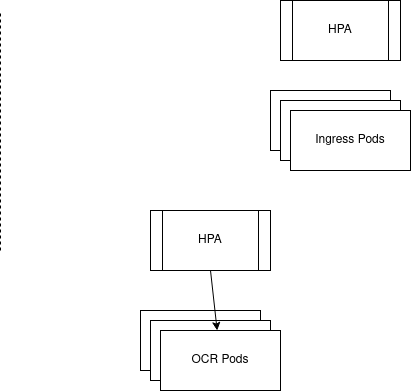
Earlier version of the draw.io export architecture.png (dun933/lightly-ocr). Source tidied: cells renumbered, new cells last; positions are measured from the earlier drawing's top-left corner, leaving out a move shared by most shapes. Source of this version:
```xml
<mxGraphModel>
  <root>
    <mxCell id="0" />
    <mxCell id="1" parent="0" />
    <mxCell id="2" style="endArrow=none;dashed=1;html=1;" parent="1" edge="1">
      <mxGeometry relative="1" as="geometry">
        <mxPoint y="250" as="sourcePoint" />
        <mxPoint y="10" as="targetPoint" />
      </mxGeometry>
    </mxCell>
    <mxCell id="3" style="group;" parent="1" vertex="1">
      <mxGeometry x="270" y="90" width="140" height="80" as="geometry" />
    </mxCell>
    <mxCell id="4" style="group;" parent="3" vertex="1">
      <mxGeometry width="120" height="60" as="geometry" />
    </mxCell>
    <mxCell id="5" style="rounded=0;whiteSpace=wrap;html=1;" parent="4" vertex="1">
      <mxGeometry width="120" height="60" as="geometry" />
    </mxCell>
    <mxCell id="6" value="Ingress Pods" style="text;html=1;strokeColor=none;fillColor=none;align=center;verticalAlign=middle;whiteSpace=wrap;rounded=0;" parent="4" vertex="1">
      <mxGeometry x="20" y="20" width="80" height="20" as="geometry" />
    </mxCell>
    <mxCell id="7" style="group;" parent="3" vertex="1">
      <mxGeometry x="10" y="10" width="120" height="60" as="geometry" />
    </mxCell>
    <mxCell id="8" style="rounded=0;whiteSpace=wrap;html=1;" parent="7" vertex="1">
      <mxGeometry width="120" height="60" as="geometry" />
    </mxCell>
    <mxCell id="9" value="Ingress Pods" style="text;html=1;strokeColor=none;fillColor=none;align=center;verticalAlign=middle;whiteSpace=wrap;rounded=0;" parent="7" vertex="1">
      <mxGeometry x="20" y="20" width="80" height="20" as="geometry" />
    </mxCell>
    <mxCell id="10" style="group;" parent="3" vertex="1">
      <mxGeometry x="20" y="20" width="120" height="60" as="geometry" />
    </mxCell>
    <mxCell id="11" style="rounded=0;whiteSpace=wrap;html=1;" parent="10" vertex="1">
      <mxGeometry width="120" height="60" as="geometry" />
    </mxCell>
    <mxCell id="12" value="Ingress Pods" style="text;html=1;strokeColor=none;fillColor=none;align=center;verticalAlign=middle;whiteSpace=wrap;rounded=0;" parent="10" vertex="1">
      <mxGeometry x="20" y="20" width="80" height="20" as="geometry" />
    </mxCell>
    <mxCell id="13" value="HPA" style="shape=process;whiteSpace=wrap;html=1;backgroundOutline=1;" parent="1" vertex="1">
      <mxGeometry x="280" width="120" height="60" as="geometry" />
    </mxCell>
    <mxCell id="14" style="group;" parent="1" vertex="1">
      <mxGeometry x="140" y="210" width="140" height="180" as="geometry" />
    </mxCell>
    <mxCell id="15" style="group;" parent="14" vertex="1">
      <mxGeometry y="100" width="140" height="80" as="geometry" />
    </mxCell>
    <mxCell id="16" style="group;" parent="15" vertex="1">
      <mxGeometry width="140" height="80" as="geometry" />
    </mxCell>
    <mxCell id="17" style="group;" parent="16" vertex="1">
      <mxGeometry width="120" height="60" as="geometry" />
    </mxCell>
    <mxCell id="18" style="rounded=0;whiteSpace=wrap;html=1;" parent="17" vertex="1">
      <mxGeometry width="120" height="60" as="geometry" />
    </mxCell>
    <mxCell id="19" value="OCR Pods" style="text;html=1;strokeColor=none;fillColor=none;align=center;verticalAlign=middle;whiteSpace=wrap;rounded=0;" parent="17" vertex="1">
      <mxGeometry x="25" y="20" width="70" height="20" as="geometry" />
    </mxCell>
    <mxCell id="20" style="group;" parent="16" vertex="1">
      <mxGeometry x="10" y="10" width="120" height="60" as="geometry" />
    </mxCell>
    <mxCell id="21" style="rounded=0;whiteSpace=wrap;html=1;" parent="20" vertex="1">
      <mxGeometry width="120" height="60" as="geometry" />
    </mxCell>
    <mxCell id="22" value="OCR Pods" style="text;html=1;strokeColor=none;fillColor=none;align=center;verticalAlign=middle;whiteSpace=wrap;rounded=0;" parent="20" vertex="1">
      <mxGeometry x="25" y="20" width="70" height="20" as="geometry" />
    </mxCell>
    <mxCell id="23" style="group;" parent="16" vertex="1">
      <mxGeometry x="20" y="20" width="120" height="60" as="geometry" />
    </mxCell>
    <mxCell id="24" style="rounded=0;whiteSpace=wrap;html=1;" parent="23" vertex="1">
      <mxGeometry width="120" height="60" as="geometry" />
    </mxCell>
    <mxCell id="25" value="OCR Pods" style="text;html=1;strokeColor=none;fillColor=none;align=center;verticalAlign=middle;whiteSpace=wrap;rounded=0;" parent="23" vertex="1">
      <mxGeometry x="25" y="20" width="70" height="20" as="geometry" />
    </mxCell>
    <mxCell id="26" value="HPA" style="shape=process;whiteSpace=wrap;html=1;backgroundOutline=1;" parent="14" vertex="1">
      <mxGeometry x="10" width="120" height="60" as="geometry" />
    </mxCell>
    <mxCell id="27" style="endArrow=classic;html=1;exitX=0.5;exitY=1;exitDx=0;exitDy=0;" parent="14" edge="1" source="26" target="24">
      <mxGeometry relative="1" as="geometry" />
    </mxCell>
  </root>
</mxGraphModel>
```
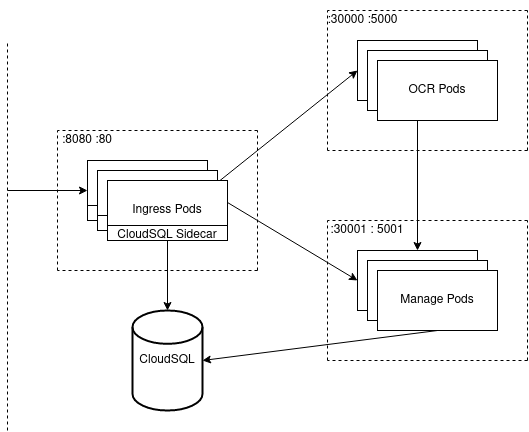
The same diagram one commit later.

Diff of the diagram source:
```diff
@@ -2,86 +2,205 @@
   <root>
     <mxCell id="0" />
     <mxCell id="1" parent="0" />
+    <mxCell id="28" style="endArrow=classic;html=1;entryX=0.5;entryY=0;entryDx=0;entryDy=0;exitX=0.5;exitY=1;exitDx=0;exitDy=0;" parent="1" edge="1" source="38" target="48">
+      <mxGeometry relative="1" as="geometry" />
+    </mxCell>
+    <mxCell id="29" style="endArrow=classic;html=1;exitX=1;exitY=0.5;exitDx=0;exitDy=0;entryX=0;entryY=0.5;entryDx=0;entryDy=0;" parent="1" edge="1" source="59" target="48">
+      <mxGeometry relative="1" as="geometry" />
+    </mxCell>
+    <mxCell id="30" style="endArrow=classic;html=1;exitX=1;exitY=0.5;exitDx=0;exitDy=0;entryX=0;entryY=0.5;entryDx=0;entryDy=0;" parent="1" edge="1" source="59" target="38">
+      <mxGeometry relative="1" as="geometry" />
+    </mxCell>
     <mxCell id="2" style="endArrow=none;dashed=1;html=1;" parent="1" edge="1">
       <mxGeometry relative="1" as="geometry">
-        <mxPoint y="250" as="sourcePoint" />
+        <mxPoint y="400" as="sourcePoint" />
         <mxPoint y="10" as="targetPoint" />
       </mxGeometry>
     </mxCell>
-    <mxCell id="3" style="group;" parent="1" vertex="1">
-      <mxGeometry x="270" y="90" width="140" height="80" as="geometry" />
-    </mxCell>
-    <mxCell id="4" style="group;" parent="3" vertex="1">
-      <mxGeometry width="120" height="60" as="geometry" />
-    </mxCell>
-    <mxCell id="5" style="rounded=0;whiteSpace=wrap;html=1;" parent="4" vertex="1">
-      <mxGeometry width="120" height="60" as="geometry" />
-    </mxCell>
-    <mxCell id="6" value="Ingress Pods" style="text;html=1;strokeColor=none;fillColor=none;align=center;verticalAlign=middle;whiteSpace=wrap;rounded=0;" parent="4" vertex="1">
-      <mxGeometry x="20" y="20" width="80" height="20" as="geometry" />
-    </mxCell>
-    <mxCell id="7" style="group;" parent="3" vertex="1">
-      <mxGeometry x="10" y="10" width="120" height="60" as="geometry" />
-    </mxCell>
-    <mxCell id="8" style="rounded=0;whiteSpace=wrap;html=1;" parent="7" vertex="1">
-      <mxGeometry width="120" height="60" as="geometry" />
-    </mxCell>
-    <mxCell id="9" value="Ingress Pods" style="text;html=1;strokeColor=none;fillColor=none;align=center;verticalAlign=middle;whiteSpace=wrap;rounded=0;" parent="7" vertex="1">
-      <mxGeometry x="20" y="20" width="80" height="20" as="geometry" />
-    </mxCell>
-    <mxCell id="10" style="group;" parent="3" vertex="1">
-      <mxGeometry x="20" y="20" width="120" height="60" as="geometry" />
-    </mxCell>
-    <mxCell id="11" style="rounded=0;whiteSpace=wrap;html=1;" parent="10" vertex="1">
-      <mxGeometry width="120" height="60" as="geometry" />
-    </mxCell>
-    <mxCell id="12" value="Ingress Pods" style="text;html=1;strokeColor=none;fillColor=none;align=center;verticalAlign=middle;whiteSpace=wrap;rounded=0;" parent="10" vertex="1">
-      <mxGeometry x="20" y="20" width="80" height="20" as="geometry" />
-    </mxCell>
-    <mxCell id="13" value="HPA" style="shape=process;whiteSpace=wrap;html=1;backgroundOutline=1;" parent="1" vertex="1">
-      <mxGeometry x="280" width="120" height="60" as="geometry" />
-    </mxCell>
-    <mxCell id="14" style="group;" parent="1" vertex="1">
-      <mxGeometry x="140" y="210" width="140" height="180" as="geometry" />
-    </mxCell>
-    <mxCell id="15" style="group;" parent="14" vertex="1">
-      <mxGeometry y="100" width="140" height="80" as="geometry" />
-    </mxCell>
-    <mxCell id="16" style="group;" parent="15" vertex="1">
-      <mxGeometry width="140" height="80" as="geometry" />
-    </mxCell>
-    <mxCell id="17" style="group;" parent="16" vertex="1">
-      <mxGeometry width="120" height="60" as="geometry" />
-    </mxCell>
-    <mxCell id="18" style="rounded=0;whiteSpace=wrap;html=1;" parent="17" vertex="1">
-      <mxGeometry width="120" height="60" as="geometry" />
-    </mxCell>
-    <mxCell id="19" value="OCR Pods" style="text;html=1;strokeColor=none;fillColor=none;align=center;verticalAlign=middle;whiteSpace=wrap;rounded=0;" parent="17" vertex="1">
-      <mxGeometry x="25" y="20" width="70" height="20" as="geometry" />
-    </mxCell>
-    <mxCell id="20" style="group;" parent="16" vertex="1">
-      <mxGeometry x="10" y="10" width="120" height="60" as="geometry" />
-    </mxCell>
-    <mxCell id="21" style="rounded=0;whiteSpace=wrap;html=1;" parent="20" vertex="1">
-      <mxGeometry width="120" height="60" as="geometry" />
-    </mxCell>
-    <mxCell id="22" value="OCR Pods" style="text;html=1;strokeColor=none;fillColor=none;align=center;verticalAlign=middle;whiteSpace=wrap;rounded=0;" parent="20" vertex="1">
-      <mxGeometry x="25" y="20" width="70" height="20" as="geometry" />
-    </mxCell>
-    <mxCell id="23" style="group;" parent="16" vertex="1">
-      <mxGeometry x="20" y="20" width="120" height="60" as="geometry" />
-    </mxCell>
-    <mxCell id="24" style="rounded=0;whiteSpace=wrap;html=1;" parent="23" vertex="1">
-      <mxGeometry width="120" height="60" as="geometry" />
-    </mxCell>
-    <mxCell id="25" value="OCR Pods" style="text;html=1;strokeColor=none;fillColor=none;align=center;verticalAlign=middle;whiteSpace=wrap;rounded=0;" parent="23" vertex="1">
-      <mxGeometry x="25" y="20" width="70" height="20" as="geometry" />
-    </mxCell>
-    <mxCell id="26" value="HPA" style="shape=process;whiteSpace=wrap;html=1;backgroundOutline=1;" parent="14" vertex="1">
-      <mxGeometry x="10" width="120" height="60" as="geometry" />
-    </mxCell>
-    <mxCell id="27" style="endArrow=classic;html=1;exitX=0.5;exitY=1;exitDx=0;exitDy=0;" parent="14" edge="1" source="26" target="24">
-      <mxGeometry relative="1" as="geometry" />
-    </mxCell>
+    <mxCell id="31" style="endArrow=classic;html=1;entryX=0;entryY=0.5;entryDx=0;entryDy=0;" parent="1" edge="1" target="59">
+      <mxGeometry relative="1" as="geometry">
+        <mxPoint y="160" as="sourcePoint" />
+      </mxGeometry>
+    </mxCell>
+    <mxCell id="32" value="CloudSQL" style="strokeWidth=2;html=1;shape=mxgraph.flowchart.database;whiteSpace=wrap;" parent="1" vertex="1">
+      <mxGeometry x="125" y="280" width="70" height="100" as="geometry" />
+    </mxCell>
+    <mxCell id="33" style="endArrow=classic;html=1;exitX=0.5;exitY=1;exitDx=0;exitDy=0;entryX=0.5;entryY=0;entryDx=0;entryDy=0;entryPerimeter=0;" parent="1" edge="1" source="69" target="32">
+      <mxGeometry relative="1" as="geometry" />
+    </mxCell>
+    <mxCell id="34" style="group;" parent="1" vertex="1">
+      <mxGeometry x="90" y="-30" width="200" height="140" as="geometry" />
+    </mxCell>
+    <mxCell id="35" style="group;" parent="1" vertex="1">
+      <mxGeometry x="100" y="-20" width="200" height="140" as="geometry" />
+    </mxCell>
+    <mxCell id="36" style="group;" parent="1" vertex="1">
+      <mxGeometry x="320" y="-20" width="200" height="140" as="geometry" />
+    </mxCell>
+    <mxCell id="37" style="group;" parent="36" vertex="1">
+      <mxGeometry x="30" y="30" width="140" height="80" as="geometry" />
+    </mxCell>
+    <mxCell id="38" value="&lt;div&gt;OCR Pods&lt;/div&gt;" style="rounded=0;whiteSpace=wrap;html=1;" parent="37" vertex="1">
+      <mxGeometry width="120" height="60" as="geometry" />
+    </mxCell>
+    <mxCell id="39" value="&lt;div&gt;OCR Pods&lt;/div&gt;" style="rounded=0;whiteSpace=wrap;html=1;" parent="37" vertex="1">
+      <mxGeometry x="10" y="10" width="120" height="60" as="geometry" />
+    </mxCell>
+    <mxCell id="40" value="&lt;div&gt;OCR Pods&lt;/div&gt;" style="rounded=0;whiteSpace=wrap;html=1;" parent="37" vertex="1">
+      <mxGeometry x="20" y="20" width="120" height="60" as="geometry" />
+    </mxCell>
+    <mxCell id="41" style="endArrow=none;dashed=1;html=1;" parent="36" edge="1">
+      <mxGeometry relative="1" as="geometry">
+        <mxPoint x="200" as="sourcePoint" />
+        <mxPoint as="targetPoint" />
+      </mxGeometry>
+    </mxCell>
+    <mxCell id="42" style="endArrow=none;dashed=1;html=1;" parent="36" edge="1">
+      <mxGeometry relative="1" as="geometry">
+        <mxPoint x="200" y="140" as="sourcePoint" />
+        <mxPoint x="200" as="targetPoint" />
+      </mxGeometry>
+    </mxCell>
+    <mxCell id="43" style="endArrow=none;dashed=1;html=1;" parent="36" edge="1">
+      <mxGeometry relative="1" as="geometry">
+        <mxPoint x="200" y="140" as="sourcePoint" />
+        <mxPoint y="140" as="targetPoint" />
+      </mxGeometry>
+    </mxCell>
+    <mxCell id="44" style="endArrow=none;dashed=1;html=1;" parent="36" edge="1">
+      <mxGeometry relative="1" as="geometry">
+        <mxPoint y="140" as="sourcePoint" />
+        <mxPoint as="targetPoint" />
+      </mxGeometry>
+    </mxCell>
+    <mxCell id="45" value=":30000 :5000" style="text;html=1;align=center;verticalAlign=middle;" parent="36" vertex="1">
+      <mxGeometry x="-10" width="90" height="20" as="geometry" />
+    </mxCell>
+    <mxCell id="46" style="group;" parent="1" vertex="1">
+      <mxGeometry x="320" y="190" width="200" height="140" as="geometry" />
+    </mxCell>
+    <mxCell id="47" style="group;" parent="46" vertex="1">
+      <mxGeometry x="30" y="30" width="140" height="80" as="geometry" />
+    </mxCell>
+    <mxCell id="48" value="Manage Pods" style="rounded=0;whiteSpace=wrap;html=1;" parent="47" vertex="1">
+      <mxGeometry width="120" height="60" as="geometry" />
+    </mxCell>
+    <mxCell id="49" value="Manage Pods" style="rounded=0;whiteSpace=wrap;html=1;" parent="47" vertex="1">
+      <mxGeometry x="10" y="10" width="120" height="60" as="geometry" />
+    </mxCell>
+    <mxCell id="50" value="Manage Pods" style="rounded=0;whiteSpace=wrap;html=1;" parent="47" vertex="1">
+      <mxGeometry x="20" y="20" width="120" height="60" as="geometry" />
+    </mxCell>
+    <mxCell id="51" style="endArrow=none;dashed=1;html=1;" parent="46" edge="1">
+      <mxGeometry relative="1" as="geometry">
+        <mxPoint x="200" y="140" as="sourcePoint" />
+        <mxPoint x="200" as="targetPoint" />
+      </mxGeometry>
+    </mxCell>
+    <mxCell id="52" style="endArrow=none;dashed=1;html=1;" parent="46" edge="1">
+      <mxGeometry relative="1" as="geometry">
+        <mxPoint x="200" as="sourcePoint" />
+        <mxPoint as="targetPoint" />
+      </mxGeometry>
+    </mxCell>
+    <mxCell id="53" style="endArrow=none;dashed=1;html=1;" parent="46" edge="1">
+      <mxGeometry relative="1" as="geometry">
+        <mxPoint y="140" as="sourcePoint" />
+        <mxPoint as="targetPoint" />
+      </mxGeometry>
+    </mxCell>
+    <mxCell id="54" style="endArrow=none;dashed=1;html=1;" parent="46" edge="1">
+      <mxGeometry relative="1" as="geometry">
+        <mxPoint x="200" y="140" as="sourcePoint" />
+        <mxPoint y="140" as="targetPoint" />
+      </mxGeometry>
+    </mxCell>
+    <mxCell id="55" value=":30001 : 5001" style="text;html=1;strokeColor=none;fillColor=none;align=center;verticalAlign=middle;whiteSpace=wrap;rounded=0;" parent="46" vertex="1">
+      <mxGeometry width="80" height="20" as="geometry" />
+    </mxCell>
+    <mxCell id="56" style="group;" parent="1" vertex="1">
+      <mxGeometry x="50" y="100" width="200" height="140" as="geometry" />
+    </mxCell>
+    <mxCell id="57" style="group;" parent="56" vertex="1">
+      <mxGeometry x="30" y="30" width="140" height="80" as="geometry" />
+    </mxCell>
+    <mxCell id="58" style="group;" parent="57" vertex="1">
+      <mxGeometry width="120" height="60" as="geometry" />
+    </mxCell>
+    <mxCell id="59" value="Ingress Pods" style="rounded=0;whiteSpace=wrap;html=1;" parent="58" vertex="1">
+      <mxGeometry width="120" height="60" as="geometry" />
+    </mxCell>
+    <mxCell id="60" style="endArrow=none;html=1;exitX=0;exitY=0.75;exitDx=0;exitDy=0;entryX=1;entryY=0.75;entryDx=0;entryDy=0;" parent="58" edge="1" source="59" target="59">
+      <mxGeometry relative="1" as="geometry" />
+    </mxCell>
+    <mxCell id="61" value="CloudSQL Sidecar" style="text;html=1;strokeColor=none;fillColor=none;align=center;verticalAlign=middle;whiteSpace=wrap;rounded=0;" parent="58" vertex="1">
+      <mxGeometry x="5" y="50" width="110" height="10" as="geometry" />
+    </mxCell>
+    <mxCell id="62" style="group;" parent="57" vertex="1">
+      <mxGeometry x="10" y="10" width="120" height="60" as="geometry" />
+    </mxCell>
+    <mxCell id="63" value="Ingress Pods" style="rounded=0;whiteSpace=wrap;html=1;" parent="62" vertex="1">
+      <mxGeometry width="120" height="60" as="geometry" />
+    </mxCell>
+    <mxCell id="64" style="endArrow=none;html=1;exitX=0;exitY=0.75;exitDx=0;exitDy=0;entryX=1;entryY=0.75;entryDx=0;entryDy=0;" parent="62" edge="1" source="63" target="63">
+      <mxGeometry relative="1" as="geometry" />
+    </mxCell>
+    <mxCell id="65" value="CloudSQL Sidecar" style="text;html=1;strokeColor=none;fillColor=none;align=center;verticalAlign=middle;whiteSpace=wrap;rounded=0;" parent="62" vertex="1">
+      <mxGeometry x="5" y="50" width="110" height="10" as="geometry" />
+    </mxCell>
+    <mxCell id="66" style="group;" parent="57" vertex="1">
+      <mxGeometry x="20" y="20" width="120" height="60" as="geometry" />
+    </mxCell>
+    <mxCell id="67" value="Ingress Pods" style="rounded=0;whiteSpace=wrap;html=1;" parent="66" vertex="1">
+      <mxGeometry width="120" height="60" as="geometry" />
+    </mxCell>
+    <mxCell id="68" style="endArrow=none;html=1;exitX=0;exitY=0.75;exitDx=0;exitDy=0;entryX=1;entryY=0.75;entryDx=0;entryDy=0;" parent="66" edge="1" source="67" target="67">
+      <mxGeometry relative="1" as="geometry" />
+    </mxCell>
+    <mxCell id="69" value="CloudSQL Sidecar" style="text;html=1;strokeColor=none;fillColor=none;align=center;verticalAlign=middle;whiteSpace=wrap;rounded=0;" parent="66" vertex="1">
+      <mxGeometry x="5" y="50" width="110" height="10" as="geometry" />
+    </mxCell>
+    <mxCell id="70" style="group;" parent="56" vertex="1">
+      <mxGeometry width="200" height="140" as="geometry" />
+    </mxCell>
+    <mxCell id="71" style="group;" parent="70" vertex="1">
+      <mxGeometry width="200" height="140" as="geometry" />
+    </mxCell>
+    <mxCell id="72" style="group;" parent="71" vertex="1">
+      <mxGeometry width="200" height="140" as="geometry" />
+    </mxCell>
+    <mxCell id="73" style="group;" parent="72" vertex="1">
+      <mxGeometry width="200" height="140" as="geometry" />
+    </mxCell>
+    <mxCell id="74" style="endArrow=none;dashed=1;html=1;" parent="73" edge="1">
+      <mxGeometry relative="1" as="geometry">
+        <mxPoint y="140" as="sourcePoint" />
+        <mxPoint as="targetPoint" />
+      </mxGeometry>
+    </mxCell>
+    <mxCell id="75" style="endArrow=none;dashed=1;html=1;" parent="73" edge="1">
+      <mxGeometry relative="1" as="geometry">
+        <mxPoint x="200" y="140" as="sourcePoint" />
+        <mxPoint x="200" as="targetPoint" />
+      </mxGeometry>
+    </mxCell>
+    <mxCell id="76" style="endArrow=none;dashed=1;html=1;" parent="73" edge="1">
+      <mxGeometry relative="1" as="geometry">
+        <mxPoint x="200" y="140" as="sourcePoint" />
+        <mxPoint y="140" as="targetPoint" />
+      </mxGeometry>
+    </mxCell>
+    <mxCell id="77" style="endArrow=none;dashed=1;html=1;" parent="73" edge="1">
+      <mxGeometry relative="1" as="geometry">
+        <mxPoint x="200" as="sourcePoint" />
+        <mxPoint as="targetPoint" />
+      </mxGeometry>
+    </mxCell>
+    <mxCell id="78" value=":8080 :80" style="text;html=1;strokeColor=none;fillColor=none;align=center;verticalAlign=middle;whiteSpace=wrap;rounded=0;" parent="73" vertex="1">
+      <mxGeometry width="60" height="20" as="geometry" />
+    </mxCell>
+    <mxCell id="79" style="endArrow=classic;html=1;exitX=0.5;exitY=1;exitDx=0;exitDy=0;entryX=1;entryY=0.5;entryDx=0;entryDy=0;entryPerimeter=0;" parent="1" edge="1" source="50" target="32">
+      <mxGeometry relative="1" as="geometry" />
+    </mxCell>
   </root>
 </mxGraphModel>
```
